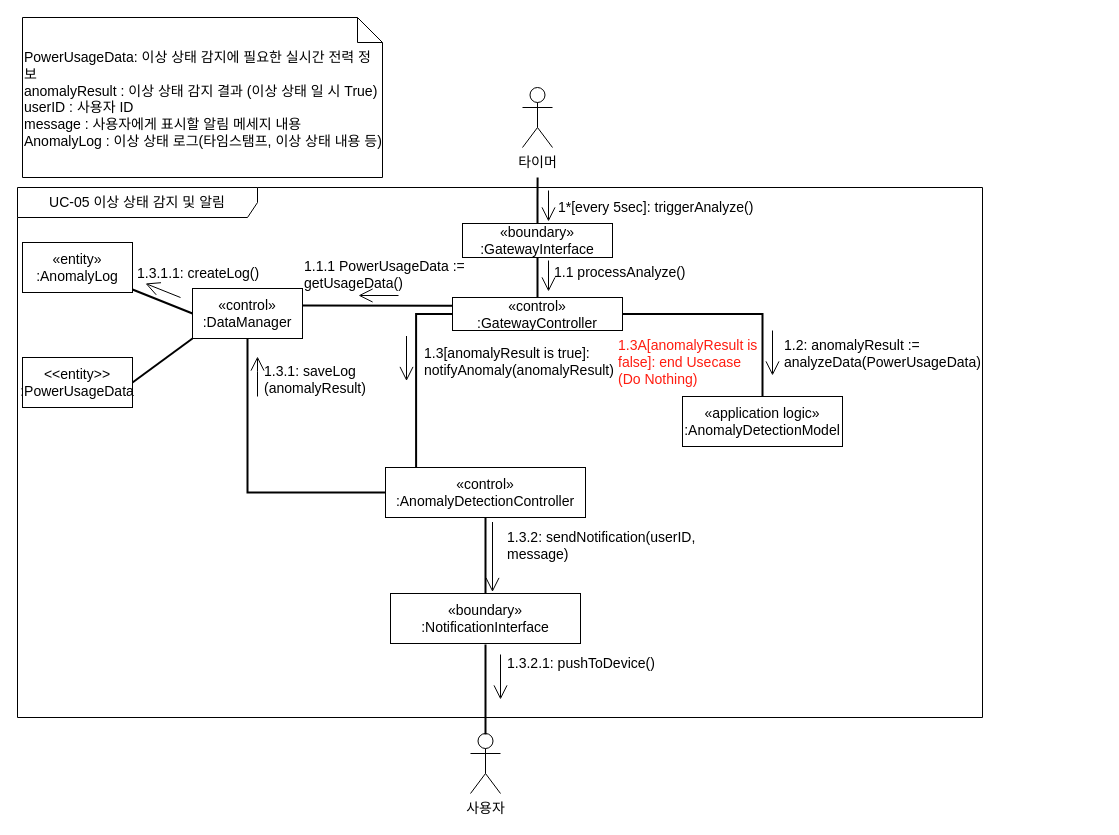
Earlier version of the draw.io diagram page "UC-05" (3 of 4) of DomainModeling.drawio (GeniusHoon/AssociateArchitect). Source tidied: cells renumbered, new cells numbered last; positions are measured from the earlier drawing's top-left corner, leaving out a move shared by most shapes. Both pictures are drawn from the tidied source at 100%, with x=0, y=0 at pixel (17, 17).
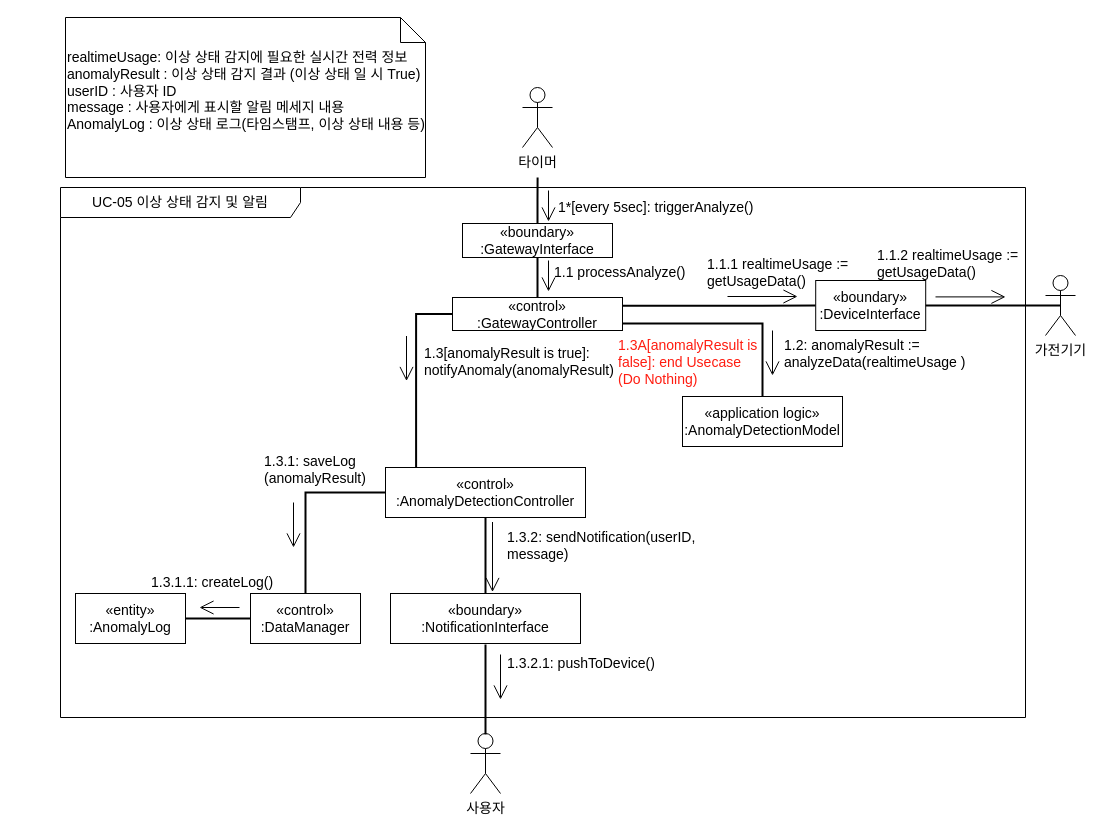
The same page after the edit.

The change refers to these unchanged cells:
```xml
<mxCell id="8" value="«application logic»&lt;br&gt;&lt;div&gt;:AnomalyDetectionModel&lt;/div&gt;" style="html=1;whiteSpace=wrap;fontSize=14;" parent="1" vertex="1">
  <mxGeometry x="665" y="379" width="160" height="50" as="geometry" />
</mxCell>
<mxCell id="12" value="«control»&lt;br&gt;&lt;div&gt;:GatewayController&lt;/div&gt;" style="html=1;whiteSpace=wrap;fontSize=14;" parent="1" vertex="1">
  <mxGeometry x="435" y="280" width="170" height="33" as="geometry" />
</mxCell>
<mxCell id="20" value="«control»&lt;br&gt;&lt;div&gt;:AnomalyDetectionController&lt;/div&gt;" style="html=1;whiteSpace=wrap;fontSize=14;" parent="1" vertex="1">
  <mxGeometry x="368" y="450" width="200" height="50" as="geometry" />
</mxCell>
```

What changed in the source:
```diff
@@
-    <mxCell id="2" value="&lt;div&gt;&lt;span style=&quot;text-align: center; background-color: transparent; color: light-dark(rgb(0, 0, 0), rgb(255, 255, 255));&quot;&gt;PowerUsageData&lt;/span&gt;&lt;span style=&quot;background-color: transparent; color: light-dark(rgb(0, 0, 0), rgb(255, 255, 255));&quot;&gt;: 이상 상태 감지에 필요한 실시간 전력 정보&lt;/span&gt;&lt;/div&gt;&lt;div&gt;&lt;span style=&quot;background-color: transparent; color: light-dark(rgb(0, 0, 0), rgb(255, 255, 255));&quot;&gt;anomalyResult : 이상 상태 감지 결과 (이상 상태 일 시 True)&lt;/span&gt;&lt;/div&gt;&lt;div&gt;userID : 사용자 ID&lt;/div&gt;&lt;div&gt;message : 사용자에게 표시할 알림 메세지 내용&lt;/div&gt;&lt;div&gt;AnomalyLog : 이상 상태 로그(타임스탬프, 이상 상태 내용 등)&lt;/div&gt;&lt;div&gt;&lt;br&gt;&lt;/div&gt;" style="shape=note2;boundedLbl=1;whiteSpace=wrap;html=1;size=25;verticalAlign=top;align=left;fontSize=14;" parent="1" vertex="1">
-      <mxGeometry x="5" width="360" height="160" as="geometry" />
+    <mxCell id="2" value="&lt;div style=&quot;&quot;&gt;&lt;span style=&quot;background-color: transparent; color: light-dark(rgb(0, 0, 0), rgb(255, 255, 255));&quot;&gt;realtimeUsage: 이상 상태 감지에 필요한 실시간 전력 정보&lt;/span&gt;&lt;/div&gt;&lt;div&gt;&lt;span style=&quot;background-color: transparent; color: light-dark(rgb(0, 0, 0), rgb(255, 255, 255));&quot;&gt;anomalyResult : 이상 상태 감지 결과 (이상 상태 일 시 True)&lt;/span&gt;&lt;/div&gt;&lt;div&gt;userID : 사용자 ID&lt;/div&gt;&lt;div&gt;message : 사용자에게 표시할 알림 메세지 내용&lt;/div&gt;&lt;div&gt;AnomalyLog : 이상 상태 로그(타임스탬프, 이상 상태 내용 등)&lt;/div&gt;&lt;div&gt;&lt;br&gt;&lt;/div&gt;" style="shape=note2;boundedLbl=1;whiteSpace=wrap;html=1;size=25;verticalAlign=top;align=left;fontSize=14;" parent="1" vertex="1">
+      <mxGeometry x="48" width="360" height="160" as="geometry" />
     </mxCell>
@@
-    <mxCell id="4" style="rounded=0;jettySize=auto;html=1;exitX=0;exitY=0.5;exitDx=0;exitDy=0;strokeWidth=2;endArrow=none;endFill=0;fontSize=14;" parent="1" edge="1" source="6" target="16">
-      <mxGeometry relative="1" as="geometry" />
+    <mxCell id="4" style="rounded=0;jettySize=auto;html=1;exitX=0;exitY=0.5;exitDx=0;exitDy=0;strokeWidth=2;endArrow=none;endFill=0;fontSize=14;edgeStyle=orthogonalEdgeStyle;entryX=1;entryY=0.5;entryDx=0;entryDy=0;" parent="1" edge="1" source="6" target="16">
+      <mxGeometry relative="1" as="geometry">
+        <Array as="points">
+          <mxPoint x="193" y="601" />
+          <mxPoint x="193" y="601" />
+        </Array>
+      </mxGeometry>
     </mxCell>
-    <mxCell id="5" style="rounded=0;jettySize=auto;html=1;exitX=0;exitY=1;exitDx=0;exitDy=0;entryX=1;entryY=0.5;entryDx=0;entryDy=0;fontSize=12;startSize=8;endSize=8;strokeWidth=2;endArrow=none;endFill=0;" parent="1" edge="1" source="6" target="40">
-      <mxGeometry relative="1" as="geometry" />
-    </mxCell>
     <mxCell id="6" value="«control»&lt;br&gt;&lt;div&gt;:DataManager&lt;/div&gt;" style="html=1;whiteSpace=wrap;fontSize=14;" parent="1" vertex="1">
-      <mxGeometry x="175" y="271" width="110" height="50" as="geometry" />
+      <mxGeometry x="233" y="576" width="110" height="50" as="geometry" />
     </mxCell>
@@
-    <mxCell id="9" style="edgeStyle=orthogonalEdgeStyle;rounded=0;jettySize=auto;html=1;exitX=1;exitY=0.5;exitDx=0;exitDy=0;entryX=0.5;entryY=0;entryDx=0;entryDy=0;endArrow=none;endFill=0;strokeWidth=2;fontSize=14;" parent="1" edge="1" source="12" target="8">
+    <mxCell id="9" style="edgeStyle=orthogonalEdgeStyle;rounded=0;jettySize=auto;html=1;entryX=0.5;entryY=0;entryDx=0;entryDy=0;endArrow=none;endFill=0;strokeWidth=2;fontSize=14;exitX=1;exitY=0.785;exitDx=0;exitDy=0;exitPerimeter=0;" parent="1" edge="1" source="12" target="8">
       <mxGeometry relative="1" as="geometry" />
     </mxCell>
@@
-    <mxCell id="11" style="edgeStyle=none;curved=1;rounded=0;jettySize=auto;html=1;exitX=0;exitY=0.25;exitDx=0;exitDy=0;fontSize=12;startSize=8;endSize=8;endArrow=none;endFill=0;strokeWidth=2;" parent="1" edge="1" source="12">
-      <mxGeometry relative="1" as="geometry">
-        <mxPoint x="285" y="288" as="targetPoint" />
-      </mxGeometry>
-    </mxCell>
@@
-    <mxCell id="13" style="endArrow=open;endFill=1;endSize=12;html=1;rounded=0;fontSize=14;" parent="1" edge="1">
-      <mxGeometry relative="1" as="geometry">
-        <mxPoint x="240" y="379" as="sourcePoint" />
-        <mxPoint x="240" y="339" as="targetPoint" />
-        <Array as="points">
-          <mxPoint x="240" y="354" />
-        </Array>
-      </mxGeometry>
-    </mxCell>
     <mxCell id="14" value="UC-05 이상 상태 감지 및 알림" style="shape=umlFrame;whiteSpace=wrap;html=1;width=240;height=30;fontSize=14;" parent="1" vertex="1">
-      <mxGeometry y="170" width="965" height="530" as="geometry" />
+      <mxGeometry x="43" y="170" width="965" height="530" as="geometry" />
     </mxCell>
@@
     <mxCell id="16" value="«entity»&lt;br&gt;&lt;div&gt;:AnomalyLog&lt;/div&gt;" style="html=1;whiteSpace=wrap;fontSize=14;" parent="1" vertex="1">
-      <mxGeometry x="5" y="225" width="110" height="50" as="geometry" />
+      <mxGeometry x="58" y="576" width="110" height="50" as="geometry" />
     </mxCell>
-    <mxCell id="17" value="1.2: anomalyResult :=&#10;analyzeData(PowerUsageData)" style="text;whiteSpace=wrap;fontSize=14;" parent="1" vertex="1">
+    <mxCell id="17" value="1.2: anomalyResult :=&#10;analyzeData(realtimeUsage )" style="text;whiteSpace=wrap;fontSize=14;" parent="1" vertex="1">
       <mxGeometry x="765" y="313" width="176.5" height="40" as="geometry" />
     </mxCell>
-    <mxCell id="18" style="edgeStyle=orthogonalEdgeStyle;rounded=0;jettySize=auto;html=1;entryX=0.5;entryY=1;entryDx=0;entryDy=0;strokeWidth=2;endArrow=none;endFill=0;fontSize=14;exitX=0;exitY=0.5;exitDx=0;exitDy=0;" parent="1" edge="1" source="20" target="6">
+    <mxCell id="18" style="edgeStyle=orthogonalEdgeStyle;rounded=0;jettySize=auto;html=1;entryX=0.5;entryY=0;entryDx=0;entryDy=0;strokeWidth=2;endArrow=none;endFill=0;fontSize=14;exitX=0;exitY=0.5;exitDx=0;exitDy=0;" parent="1" edge="1" source="20" target="6">
       <mxGeometry relative="1" as="geometry" />
     </mxCell>
@@
     <mxCell id="24" value="1.3.1: saveLog&#10;(anomalyResult)" style="text;whiteSpace=wrap;fontSize=14;" parent="1" vertex="1">
-      <mxGeometry x="245" y="339" width="200" height="40" as="geometry" />
+      <mxGeometry x="245" y="429" width="200" height="40" as="geometry" />
     </mxCell>
     <mxCell id="25" value="1.3.1.1: createLog()" style="text;whiteSpace=wrap;fontSize=14;" parent="1" vertex="1">
-      <mxGeometry x="118" y="241" width="140" height="40" as="geometry" />
+      <mxGeometry x="132" y="550" width="140" height="40" as="geometry" />
     </mxCell>
@@
-    <mxCell id="30" style="endArrow=open;endFill=1;endSize=12;html=1;rounded=0;fontSize=14;" parent="1" edge="1">
-      <mxGeometry relative="1" as="geometry">
-        <mxPoint x="163" y="280" as="sourcePoint" />
-        <mxPoint x="128" y="266" as="targetPoint" />
-      </mxGeometry>
-    </mxCell>
@@
-    <mxCell id="40" value="&lt;div&gt;&amp;lt;&amp;lt;entity&amp;gt;&amp;gt;&lt;/div&gt;&lt;div&gt;:PowerUsageData&lt;/div&gt;" style="html=1;whiteSpace=wrap;fontSize=14;" parent="1" vertex="1">
-      <mxGeometry x="5" y="340" width="110" height="50" as="geometry" />
-    </mxCell>
-    <mxCell id="41" value="1.1.1 PowerUsageData :=&#10;getUsageData() " style="text;whiteSpace=wrap;fontSize=14;" parent="1" vertex="1">
-      <mxGeometry x="285" y="234" width="226" height="40" as="geometry" />
+    <mxCell id="41" value="1.1.1 realtimeUsage :=&#10;getUsageData() " style="text;whiteSpace=wrap;fontSize=14;" parent="1" vertex="1">
+      <mxGeometry x="688" y="232" width="226" height="40" as="geometry" />
     </mxCell>
-    <mxCell id="42" style="endArrow=open;endFill=1;endSize=12;html=1;rounded=0;fontSize=14;entryX=0;entryY=1;entryDx=0;entryDy=0;" parent="1" edge="1">
-      <mxGeometry relative="1" as="geometry">
-        <mxPoint x="381" y="278" as="sourcePoint" />
-        <mxPoint x="341" y="278" as="targetPoint" />
-      </mxGeometry>
-    </mxCell>
+    <mxCell id="43" style="endArrow=open;endFill=1;endSize=12;html=1;rounded=0;fontSize=14;entryX=0;entryY=1;entryDx=0;entryDy=0;" parent="1" edge="1">
+      <mxGeometry relative="1" as="geometry">
+        <mxPoint x="222" y="590" as="sourcePoint" />
+        <mxPoint x="182" y="590" as="targetPoint" />
+      </mxGeometry>
+    </mxCell>
+    <mxCell id="44" value="가전기기" style="shape=umlActor;verticalLabelPosition=bottom;verticalAlign=top;html=1;fontSize=14;" parent="1" vertex="1">
+      <mxGeometry x="1028" y="258" width="30" height="60" as="geometry" />
+    </mxCell>
+    <mxCell id="45" style="edgeStyle=orthogonalEdgeStyle;rounded=0;jettySize=auto;html=1;exitX=1;exitY=0.25;exitDx=0;exitDy=0;strokeWidth=2;endArrow=none;endFill=0;entryX=0;entryY=0.5;entryDx=0;entryDy=0;" parent="1" edge="1" source="12" target="48">
+      <mxGeometry relative="1" as="geometry" />
+    </mxCell>
+    <mxCell id="46" style="endArrow=open;endFill=1;endSize=12;html=1;rounded=0;fontSize=14;" parent="1" edge="1">
+      <mxGeometry relative="1" as="geometry">
+        <mxPoint x="710" y="279" as="sourcePoint" />
+        <mxPoint x="780" y="279" as="targetPoint" />
+      </mxGeometry>
+    </mxCell>
+    <mxCell id="47" style="endArrow=open;endFill=1;endSize=12;html=1;rounded=0;fontSize=14;entryX=0;entryY=1;entryDx=0;entryDy=0;" parent="1" edge="1">
+      <mxGeometry relative="1" as="geometry">
+        <mxPoint x="276" y="485" as="sourcePoint" />
+        <mxPoint x="276" y="530" as="targetPoint" />
+      </mxGeometry>
+    </mxCell>
+    <mxCell id="48" value="«boundary»&lt;br&gt;&lt;div&gt;:DeviceInterface&lt;/div&gt;" style="html=1;whiteSpace=wrap;fontSize=14;" parent="1" vertex="1">
+      <mxGeometry x="798.2" y="263" width="110" height="50" as="geometry" />
+    </mxCell>
+    <mxCell id="49" style="edgeStyle=orthogonalEdgeStyle;rounded=0;jettySize=auto;html=1;exitX=1;exitY=0.5;exitDx=0;exitDy=0;entryX=0.5;entryY=0.5;entryDx=0;entryDy=0;entryPerimeter=0;endArrow=none;endFill=0;endSize=6;strokeWidth=2;" parent="1" edge="1" source="48" target="44">
+      <mxGeometry relative="1" as="geometry" />
+    </mxCell>
+    <mxCell id="50" style="endArrow=open;endFill=1;endSize=12;html=1;rounded=0;fontSize=14;" parent="1" edge="1">
+      <mxGeometry relative="1" as="geometry">
+        <mxPoint x="918" y="279.4" as="sourcePoint" />
+        <mxPoint x="988" y="279.4" as="targetPoint" />
+      </mxGeometry>
+    </mxCell>
+    <mxCell id="51" value="1.1.2 realtimeUsage :=&#10;getUsageData() " style="text;whiteSpace=wrap;fontSize=14;" parent="1" vertex="1">
+      <mxGeometry x="858" y="223" width="226" height="40" as="geometry" />
+    </mxCell>
```
